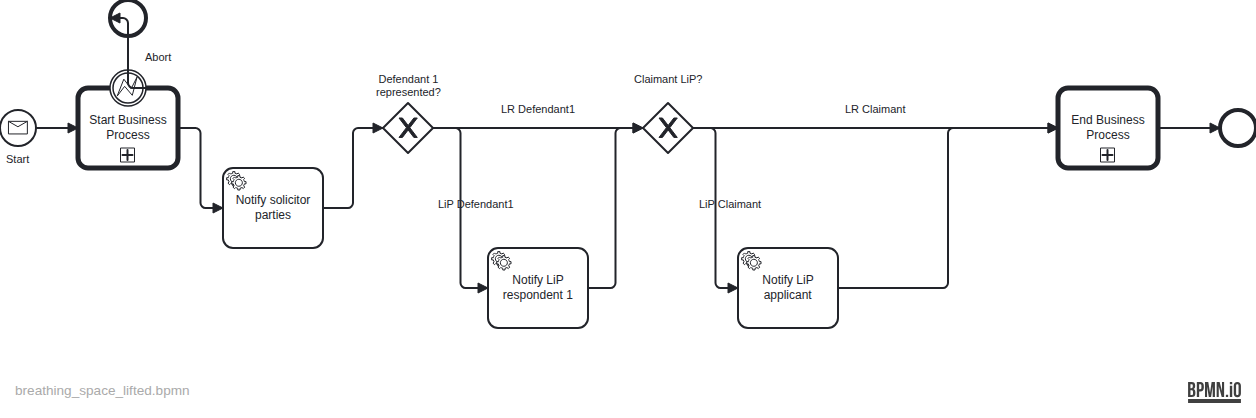
Earlier version of the BPMN export docs/bpmn-diagrams/breathing_space_lifted.png (hmcts/civil-service). Its source is kept beside it as src/main/resources/camunda/breathing_space_lifted.bpmn. Ids are renumbered.
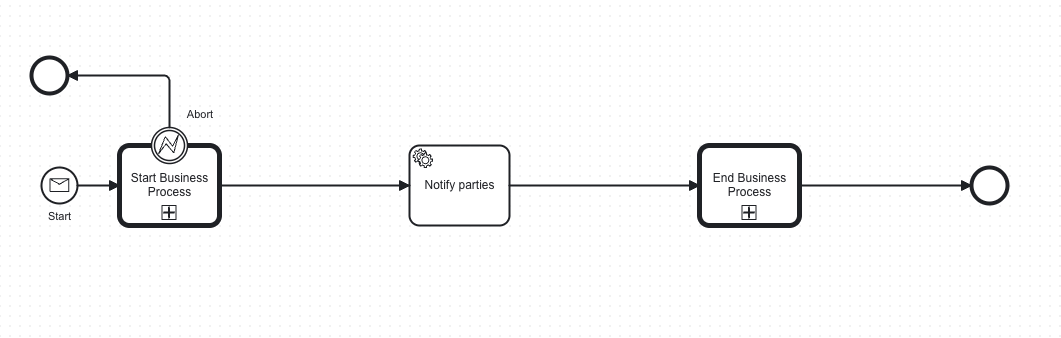
Later version of the same file.

Commit message:
updating breathing space BPMNs and docs

The edit, as a diff of the source:
```diff
@@ -1,15 +1,14 @@
-<bpmn:definitions xmlns:bpmn="http://www.omg.org/spec/BPMN/20100524/MODEL" xmlns:bpmndi="http://www.omg.org/spec/BPMN/20100524/DI" xmlns:dc="http://www.omg.org/spec/DD/20100524/DC" xmlns:camunda="http://camunda.org/schema/1.0/bpmn" xmlns:di="http://www.omg.org/spec/DD/20100524/DI" xmlns:xsi="http://www.w3.org/2001/XMLSchema-instance" xmlns:modeler="http://camunda.org/schema/modeler/1.0" id="Definitions_n1" targetNamespace="http://bpmn.io/schema/bpmn" exporter="Camunda Modeler" exporterVersion="5.40.1" modeler:executionPlatform="Camunda Platform" modeler:executionPlatformVersion="7.15.0">
+<bpmn:definitions xmlns:bpmn="http://www.omg.org/spec/BPMN/20100524/MODEL" xmlns:bpmndi="http://www.omg.org/spec/BPMN/20100524/DI" xmlns:dc="http://www.omg.org/spec/DD/20100524/DC" xmlns:camunda="http://camunda.org/schema/1.0/bpmn" xmlns:di="http://www.omg.org/spec/DD/20100524/DI" xmlns:xsi="http://www.w3.org/2001/XMLSchema-instance" xmlns:modeler="http://camunda.org/schema/modeler/1.0" id="Definitions_n1" targetNamespace="http://bpmn.io/schema/bpmn" exporter="Camunda Modeler" exporterVersion="5.52.0" modeler:executionPlatform="Camunda Platform" modeler:executionPlatformVersion="7.15.0">
   <bpmn:process id="BREATHING_SPACE_LIFTED" name="Breathing space lifted spec" isExecutable="true" camunda:historyTimeToLive="P90D">
-    <bpmn:serviceTask id="BreathingSpaceLiftedNotifyParties" name="Notify solicitor parties" camunda:type="external" camunda:topic="processCaseEvent">
+    <bpmn:serviceTask id="BreathingSpaceLiftedNotifyParties" name="Notify parties" camunda:type="external" camunda:topic="processCaseEvent">
       <bpmn:extensionElements>
         <camunda:inputOutput>
           <camunda:inputParameter name="caseEvent">NOTIFY_EVENT</camunda:inputParameter>
         </camunda:inputOutput>
       </bpmn:extensionElements>
       <bpmn:incoming>Flow_n2</bpmn:incoming>
-      <bpmn:outgoing>Flow_Lifted_Framework</bpmn:outgoing>
+      <bpmn:outgoing>Flow_n17</bpmn:outgoing>
     </bpmn:serviceTask>
-    <bpmn:sequenceFlow id="Flow_Lifted_Framework" sourceRef="BreathingSpaceLiftedNotifyParties" targetRef="Gateway_Defendant1" />
     <bpmn:startEvent id="Event_n3" name="Start">
       <bpmn:outgoing>Flow_n4</bpmn:outgoing>
       <bpmn:messageEventDefinition id="MessageEventDefinition_n5" messageRef="Message_n6" />
@@ -32,48 +31,6 @@
     <bpmn:sequenceFlow id="Flow_n4" sourceRef="Event_n3" targetRef="Activity_n7" />
     <bpmn:sequenceFlow id="Flow_n9" sourceRef="Event_n10" targetRef="Event_n8" />
     <bpmn:sequenceFlow id="Flow_n2" sourceRef="Activity_n7" targetRef="BreathingSpaceLiftedNotifyParties" />
-    <bpmn:exclusiveGateway id="Gateway_Defendant1" name="Defendant 1 represented?">
-      <bpmn:incoming>Flow_Lifted_Framework</bpmn:incoming>
-      <bpmn:outgoing>Flow_Def1_Lip</bpmn:outgoing>
-      <bpmn:outgoing>Flow_Def1_Lr</bpmn:outgoing>
-    </bpmn:exclusiveGateway>
-    <bpmn:sequenceFlow id="Flow_Def1_Lip" name="LiP Defendant1" sourceRef="Gateway_Defendant1" targetRef="BreathingSpaceLiftedNotifyLipRespondent1">
-      <bpmn:conditionExpression xsi:type="bpmn:tFormalExpression">${!empty flowFlags.UNREPRESENTED_DEFENDANT_ONE &amp;&amp; flowFlags.UNREPRESENTED_DEFENDANT_ONE}</bpmn:conditionExpression>
-    </bpmn:sequenceFlow>
-    <bpmn:sequenceFlow id="Flow_Def1_Lr" name="LR Defendant1" sourceRef="Gateway_Defendant1" targetRef="Gateway_Claimant">
-      <bpmn:conditionExpression xsi:type="bpmn:tFormalExpression">${empty flowFlags.UNREPRESENTED_DEFENDANT_ONE || (!empty flowFlags.UNREPRESENTED_DEFENDANT_ONE &amp;&amp; !flowFlags.UNREPRESENTED_DEFENDANT_ONE)}</bpmn:conditionExpression>
-    </bpmn:sequenceFlow>
-    <bpmn:serviceTask id="BreathingSpaceLiftedNotifyLipRespondent1" name="Notify LiP respondent 1" camunda:type="external" camunda:topic="processCaseEvent">
-      <bpmn:extensionElements>
-        <camunda:inputOutput>
-          <camunda:inputParameter name="caseEvent">NOTIFY_LIP_RESPONDENT1_BREATHING_SPACE_LIFTED</camunda:inputParameter>
-        </camunda:inputOutput>
-      </bpmn:extensionElements>
-      <bpmn:incoming>Flow_Def1_Lip</bpmn:incoming>
-      <bpmn:outgoing>Flow_LipDef1_ToClaimant</bpmn:outgoing>
-    </bpmn:serviceTask>
-    <bpmn:sequenceFlow id="Flow_LipDef1_ToClaimant" sourceRef="BreathingSpaceLiftedNotifyLipRespondent1" targetRef="Gateway_Claimant" />
-    <bpmn:exclusiveGateway id="Gateway_Claimant" name="Claimant LiP?">
-      <bpmn:incoming>Flow_LipDef1_ToClaimant</bpmn:incoming>
-      <bpmn:incoming>Flow_Def1_Lr</bpmn:incoming>
-      <bpmn:outgoing>Flow_Claimant_Lip</bpmn:outgoing>
-      <bpmn:outgoing>Flow_Claimant_Lr</bpmn:outgoing>
-    </bpmn:exclusiveGateway>
-    <bpmn:sequenceFlow id="Flow_Claimant_Lip" name="LiP Claimant" sourceRef="Gateway_Claimant" targetRef="BreathingSpaceLiftedNotifyLipApplicant">
-      <bpmn:conditionExpression xsi:type="bpmn:tFormalExpression">${!empty flowFlags.LIP_CASE &amp;&amp; flowFlags.LIP_CASE}</bpmn:conditionExpression>
-    </bpmn:sequenceFlow>
-    <bpmn:sequenceFlow id="Flow_Claimant_Lr" name="LR Claimant" sourceRef="Gateway_Claimant" targetRef="Activity_n12">
-      <bpmn:conditionExpression xsi:type="bpmn:tFormalExpression">${empty flowFlags.LIP_CASE || (!empty flowFlags.LIP_CASE &amp;&amp; !flowFlags.LIP_CASE)}</bpmn:conditionExpression>
-    </bpmn:sequenceFlow>
-    <bpmn:serviceTask id="BreathingSpaceLiftedNotifyLipApplicant" name="Notify LiP applicant" camunda:type="external" camunda:topic="processCaseEvent">
-      <bpmn:extensionElements>
-        <camunda:inputOutput>
-          <camunda:inputParameter name="caseEvent">NOTIFY_LIP_APPLICANT_BREATHING_SPACE_LIFTED</camunda:inputParameter>
-        </camunda:inputOutput>
-      </bpmn:extensionElements>
-      <bpmn:incoming>Flow_Claimant_Lip</bpmn:incoming>
-      <bpmn:outgoing>Flow_n13</bpmn:outgoing>
-    </bpmn:serviceTask>
     <bpmn:endEvent id="Event_n14">
       <bpmn:incoming>Flow_n15</bpmn:incoming>
     </bpmn:endEvent>
@@ -81,12 +38,11 @@
       <bpmn:extensionElements>
         <camunda:in variables="all" />
       </bpmn:extensionElements>
-      <bpmn:incoming>Flow_Claimant_Lr</bpmn:incoming>
-      <bpmn:incoming>Flow_n13</bpmn:incoming>
+      <bpmn:incoming>Flow_n17</bpmn:incoming>
       <bpmn:outgoing>Flow_n15</bpmn:outgoing>
     </bpmn:callActivity>
     <bpmn:sequenceFlow id="Flow_n15" sourceRef="Activity_n12" targetRef="Event_n14" />
-    <bpmn:sequenceFlow id="Flow_n13" sourceRef="BreathingSpaceLiftedNotifyLipApplicant" targetRef="Activity_n12" />
+    <bpmn:sequenceFlow id="Flow_n17" sourceRef="BreathingSpaceLiftedNotifyParties" targetRef="Activity_n12" />
   </bpmn:process>
   <bpmn:message id="Message_n16" name="LIFT_BREATHING_SPACE_SPEC" />
   <bpmn:message id="Message_n6" name="LIFT_BREATHING_SPACE_SPEC" />
@@ -101,32 +57,18 @@
       <bpmndi:BPMNShape id="Activity_n7_di" bpmnElement="Activity_n7">
         <dc:Bounds x="230" y="190" width="100" height="80" />
       </bpmndi:BPMNShape>
-      <bpmndi:BPMNShape id="Event_n8_di" bpmnElement="Event_n8">
-        <dc:Bounds x="262" y="102" width="36" height="36" />
+      <bpmndi:BPMNShape id="BreathingSpaceLiftedNotifyParties_di" bpmnElement="BreathingSpaceLiftedNotifyParties">
+        <dc:Bounds x="520" y="190" width="100" height="80" />
+        <bpmndi:BPMNLabel />
       </bpmndi:BPMNShape>
-      <bpmndi:BPMNShape id="Gateway_Defendant1_di" bpmnElement="Gateway_Defendant1" isMarkerVisible="true">
-        <dc:Bounds x="535" y="205" width="50" height="50" />
-        <bpmndi:BPMNLabel>
-          <dc:Bounds x="518" y="175" width="85" height="27" />
-        </bpmndi:BPMNLabel>
-      </bpmndi:BPMNShape>
-      <bpmndi:BPMNShape id="Activity_LipDef1_di" bpmnElement="BreathingSpaceLiftedNotifyLipRespondent1">
-        <dc:Bounds x="640" y="350" width="100" height="80" />
-      </bpmndi:BPMNShape>
-      <bpmndi:BPMNShape id="Gateway_Claimant_di" bpmnElement="Gateway_Claimant" isMarkerVisible="true">
-        <dc:Bounds x="795" y="205" width="50" height="50" />
-        <bpmndi:BPMNLabel>
-          <dc:Bounds x="786" y="175" width="69" height="14" />
-        </bpmndi:BPMNLabel>
-      </bpmndi:BPMNShape>
-      <bpmndi:BPMNShape id="Activity_LipApplicant_di" bpmnElement="BreathingSpaceLiftedNotifyLipApplicant">
-        <dc:Bounds x="890" y="350" width="100" height="80" />
+      <bpmndi:BPMNShape id="Activity_n12_di" bpmnElement="Activity_n12">
+        <dc:Bounds x="810" y="190" width="100" height="80" />
       </bpmndi:BPMNShape>
       <bpmndi:BPMNShape id="Event_n14_di" bpmnElement="Event_n14">
-        <dc:Bounds x="1372" y="212" width="36" height="36" />
+        <dc:Bounds x="1082" y="212" width="36" height="36" />
       </bpmndi:BPMNShape>
-      <bpmndi:BPMNShape id="Activity_n12_di" bpmnElement="Activity_n12">
-        <dc:Bounds x="1210" y="190" width="100" height="80" />
+      <bpmndi:BPMNShape id="Event_n8_di" bpmnElement="Event_n8">
+        <dc:Bounds x="142" y="102" width="36" height="36" />
       </bpmndi:BPMNShape>
       <bpmndi:BPMNShape id="Event_n10_di" bpmnElement="Event_n10">
         <dc:Bounds x="262" y="172" width="36" height="36" />
@@ -139,61 +81,21 @@
         <di:waypoint x="230" y="230" />
       </bpmndi:BPMNEdge>
       <bpmndi:BPMNEdge id="Flow_n9_di" bpmnElement="Flow_n9">
-        <di:waypoint x="298" y="190" />
-        <di:waypoint x="280" y="190" />
+        <di:waypoint x="280" y="172" />
         <di:waypoint x="280" y="120" />
-        <di:waypoint x="262" y="120" />
+        <di:waypoint x="178" y="120" />
       </bpmndi:BPMNEdge>
       <bpmndi:BPMNEdge id="Flow_n2_di" bpmnElement="Flow_n2">
         <di:waypoint x="330" y="230" />
-        <di:waypoint x="352.5" y="230" />
-        <di:waypoint x="352.5" y="310" />
-        <di:waypoint x="375" y="310" />
-      </bpmndi:BPMNEdge>
-      <bpmndi:BPMNEdge id="Flow_Def1_Lip_di" bpmnElement="Flow_Def1_Lip">
-        <di:waypoint x="585" y="230" />
-        <di:waypoint x="612.5" y="230" />
-        <di:waypoint x="612.5" y="390" />
-        <di:waypoint x="640" y="390" />
-      </bpmndi:BPMNEdge>
-      <bpmndi:BPMNEdge id="Flow_Def1_Lr_di" bpmnElement="Flow_Def1_Lr">
-        <di:waypoint x="585" y="230" />
-        <di:waypoint x="795" y="230" />
-      </bpmndi:BPMNEdge>
-      <bpmndi:BPMNEdge id="Flow_LipDef1_ToClaimant_di" bpmnElement="Flow_LipDef1_ToClaimant">
-        <di:waypoint x="740" y="390" />
-        <di:waypoint x="767.5" y="390" />
-        <di:waypoint x="767.5" y="230" />
-        <di:waypoint x="795" y="230" />
-      </bpmndi:BPMNEdge>
-      <bpmndi:BPMNEdge id="Flow_Claimant_Lip_di" bpmnElement="Flow_Claimant_Lip">
-        <di:waypoint x="845" y="230" />
-        <di:waypoint x="867.5" y="230" />
-        <di:waypoint x="867.5" y="390" />
-        <di:waypoint x="890" y="390" />
-      </bpmndi:BPMNEdge>
-      <bpmndi:BPMNEdge id="Flow_Claimant_Lr_di" bpmnElement="Flow_Claimant_Lr">
-        <di:waypoint x="845" y="230" />
-        <di:waypoint x="1210" y="230" />
+        <di:waypoint x="520" y="230" />
       </bpmndi:BPMNEdge>
       <bpmndi:BPMNEdge id="Flow_n15_di" bpmnElement="Flow_n15">
-        <di:waypoint x="1310" y="230" />
-        <di:waypoint x="1372" y="230" />
+        <di:waypoint x="910" y="230" />
+        <di:waypoint x="1082" y="230" />
       </bpmndi:BPMNEdge>
-      <bpmndi:BPMNEdge id="Flow_n13_di" bpmnElement="Flow_n13">
-        <di:waypoint x="990" y="390" />
-        <di:waypoint x="1100" y="390" />
-        <di:waypoint x="1100" y="230" />
-        <di:waypoint x="1210" y="230" />
-      </bpmndi:BPMNEdge>
-      <bpmndi:BPMNShape id="BreathingSpaceLiftedNotifyParties_di" bpmnElement="BreathingSpaceLiftedNotifyParties">
-        <dc:Bounds x="375" y="270" width="100" height="80" />
-      </bpmndi:BPMNShape>
-      <bpmndi:BPMNEdge id="Flow_Lifted_Framework_di" bpmnElement="Flow_Lifted_Framework">
-        <di:waypoint x="475" y="310" />
-        <di:waypoint x="505" y="310" />
-        <di:waypoint x="505" y="230" />
-        <di:waypoint x="535" y="230" />
+      <bpmndi:BPMNEdge id="Flow_n17_di" bpmnElement="Flow_n17">
+        <di:waypoint x="620" y="230" />
+        <di:waypoint x="810" y="230" />
       </bpmndi:BPMNEdge>
     </bpmndi:BPMNPlane>
   </bpmndi:BPMNDiagram>
```
